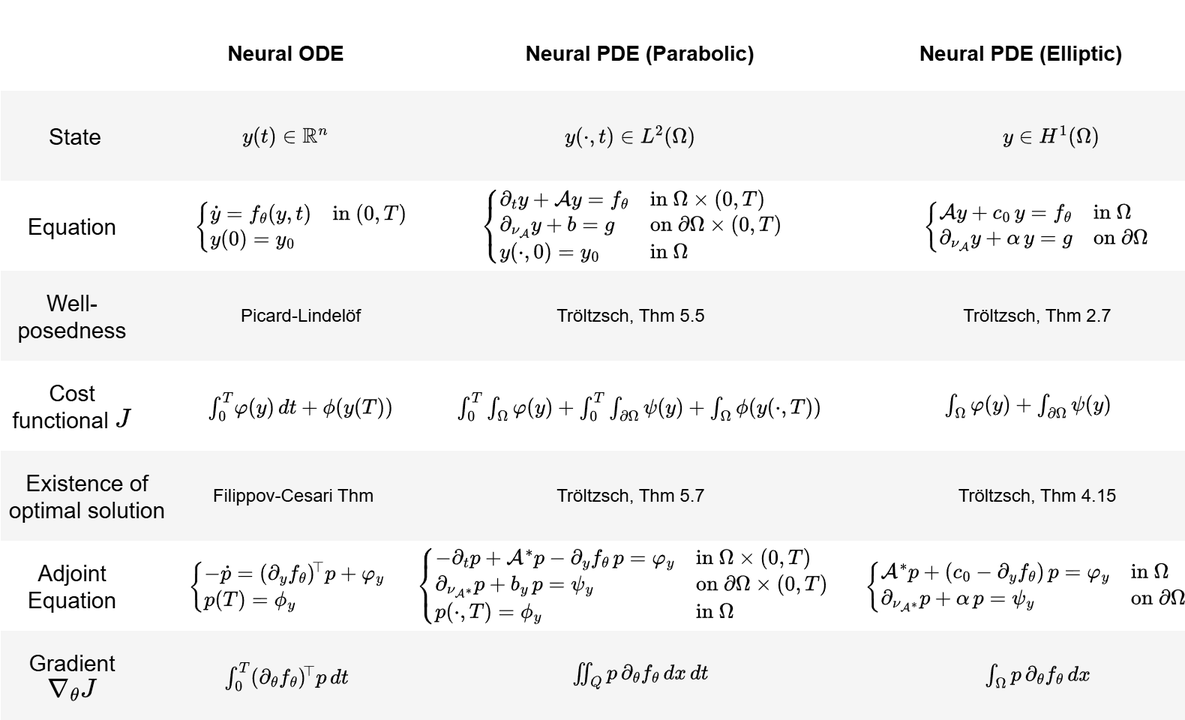
Before: content/posts/neural-pde/neural-pde.drawio.png, a diagram exported from draw.io (dani2442/dani2442.github.io). Source tidied: cells renumbered, new cells last; positions are measured from the earlier drawing's top-left corner, leaving out a move shared by most shapes. Source of this version:
```xml
<mxGraphModel math="1">
  <root>
    <mxCell id="0" />
    <mxCell id="1" parent="0" />
    <mxCell id="2" style="rounded=0;whiteSpace=wrap;html=1;strokeColor=none;" parent="1" vertex="1">
      <mxGeometry y="240" width="790" height="60" as="geometry" />
    </mxCell>
    <mxCell id="3" style="rounded=0;whiteSpace=wrap;html=1;fillColor=#f5f5f5;strokeColor=none;fontColor=#333333;" parent="1" vertex="1">
      <mxGeometry y="420" width="790" height="60" as="geometry" />
    </mxCell>
    <mxCell id="4" style="rounded=0;whiteSpace=wrap;html=1;strokeColor=none;" parent="1" vertex="1">
      <mxGeometry y="360" width="790" height="60" as="geometry" />
    </mxCell>
    <mxCell id="5" style="rounded=0;whiteSpace=wrap;html=1;fillColor=#f5f5f5;strokeColor=none;fontColor=#333333;" parent="1" vertex="1">
      <mxGeometry y="300" width="790" height="60" as="geometry" />
    </mxCell>
    <mxCell id="6" style="rounded=0;whiteSpace=wrap;html=1;strokeColor=none;" parent="1" vertex="1">
      <mxGeometry width="790" height="60" as="geometry" />
    </mxCell>
    <mxCell id="7" style="rounded=0;whiteSpace=wrap;html=1;fillColor=#f5f5f5;strokeColor=none;fontColor=#333333;" parent="1" vertex="1">
      <mxGeometry y="180" width="790" height="60" as="geometry" />
    </mxCell>
    <mxCell id="8" style="rounded=0;whiteSpace=wrap;html=1;strokeColor=none;" parent="1" vertex="1">
      <mxGeometry y="120" width="790" height="60" as="geometry" />
    </mxCell>
    <mxCell id="9" style="rounded=0;whiteSpace=wrap;html=1;fillColor=#f5f5f5;strokeColor=none;fontColor=#333333;" parent="1" vertex="1">
      <mxGeometry y="60" width="790" height="60" as="geometry" />
    </mxCell>
    <mxCell id="10" value="&lt;div&gt;\(y(t)\in \mathbb{R}^n\)&lt;/div&gt;" style="text;html=1;align=center;verticalAlign=middle;whiteSpace=wrap;rounded=1;strokeColor=none;" parent="1" vertex="1">
      <mxGeometry x="105" y="60" width="170" height="60" as="geometry" />
    </mxCell>
    <mxCell id="11" value="&lt;div&gt;\(y(\cdot,t)\in L^2(\Omega)\)&lt;/div&gt;" style="text;html=1;align=center;verticalAlign=middle;whiteSpace=wrap;rounded=1;strokeColor=none;" parent="1" vertex="1">
      <mxGeometry x="335" y="60" width="170" height="60" as="geometry" />
    </mxCell>
    <mxCell id="12" value="&lt;div&gt;\(y\in H^1(\Omega)\)&lt;/div&gt;" style="text;html=1;align=center;verticalAlign=middle;whiteSpace=wrap;rounded=1;strokeColor=none;" parent="1" vertex="1">
      <mxGeometry x="615" y="60" width="170" height="60" as="geometry" />
    </mxCell>
    <mxCell id="13" value="&lt;b&gt;&lt;font&gt;Neural ODE&lt;/font&gt;&lt;/b&gt;" style="text;html=1;align=center;verticalAlign=middle;whiteSpace=wrap;rounded=0;fontSize=14;" parent="1" vertex="1">
      <mxGeometry x="55" y="20" width="270" height="30" as="geometry" />
    </mxCell>
    <mxCell id="14" value="&lt;b&gt;&lt;font&gt;Neural PDE (Parabolic)&lt;/font&gt;&lt;/b&gt;" style="text;html=1;align=center;verticalAlign=middle;whiteSpace=wrap;rounded=0;fontSize=14;" parent="1" vertex="1">
      <mxGeometry x="291.2" y="20" width="270" height="30" as="geometry" />
    </mxCell>
    <mxCell id="15" value="&lt;b&gt;&lt;font&gt;Neural PDE (Elliptic)&lt;/font&gt;&lt;/b&gt;" style="text;html=1;align=center;verticalAlign=middle;whiteSpace=wrap;rounded=0;fontSize=14;" parent="1" vertex="1">
      <mxGeometry x="575" y="20" width="210" height="30" as="geometry" />
    </mxCell>
    <mxCell id="16" value="\(&amp;nbsp;\begin{cases}\dot y = f_\theta(y,t)&amp;amp; \text{in }(0,T)\\ y(0)=y_0\end{cases}\)" style="text;html=1;align=center;verticalAlign=middle;whiteSpace=wrap;rounded=0;" parent="1" vertex="1">
      <mxGeometry x="115" y="120" width="170" height="60" as="geometry" />
    </mxCell>
    <mxCell id="17" value="\(&amp;nbsp;\begin{cases}\partial_t y +\mathcal A y = f_\theta &amp;amp; \text{in } \Omega\times (0,T)\\ \partial_{\nu_{\mathcal A}}y + b = g &amp;amp; \text{on } \partial \Omega \times (0,T)\\ y(\cdot,0)=y_0 &amp;amp; \text{in } \Omega\end{cases} \)" style="text;html=1;align=center;verticalAlign=middle;whiteSpace=wrap;rounded=0;" parent="1" vertex="1">
      <mxGeometry x="315" y="120" width="210" height="60" as="geometry" />
    </mxCell>
    <mxCell id="18" value="\(&amp;nbsp;\begin{cases}\mathcal A y + c_0\,y = f_\theta &amp;amp; \text{in } \Omega\\ \partial_{\nu_{\mathcal A}}y + \alpha\,y = g &amp;amp; \text{on } \partial\Omega\end{cases}\)" style="text;html=1;align=center;verticalAlign=middle;whiteSpace=wrap;rounded=0;" parent="1" vertex="1">
      <mxGeometry x="590" y="120" width="200" height="60" as="geometry" />
    </mxCell>
    <mxCell id="19" value="State" style="text;html=1;align=center;verticalAlign=middle;whiteSpace=wrap;rounded=0;fontSize=15;" parent="1" vertex="1">
      <mxGeometry x="2.5" y="60" width="92.5" height="60" as="geometry" />
    </mxCell>
    <mxCell id="20" value="Equation" style="text;html=1;align=center;verticalAlign=middle;whiteSpace=wrap;rounded=0;fontSize=15;" parent="1" vertex="1">
      <mxGeometry y="120" width="95" height="60" as="geometry" />
    </mxCell>
    <mxCell id="21" value="Cost functional \(J\)" style="text;html=1;align=center;verticalAlign=middle;whiteSpace=wrap;rounded=0;fontSize=15;" parent="1" vertex="1">
      <mxGeometry y="240" width="95" height="60" as="geometry" />
    </mxCell>
    <mxCell id="22" value="Adjoint Equation" style="text;html=1;align=center;verticalAlign=middle;whiteSpace=wrap;rounded=0;fontSize=15;" parent="1" vertex="1">
      <mxGeometry y="360" width="95" height="60" as="geometry" />
    </mxCell>
    <mxCell id="23" value="Gradient \(\nabla_\theta J\)" style="text;html=1;align=center;verticalAlign=middle;whiteSpace=wrap;rounded=0;fontSize=15;" parent="1" vertex="1">
      <mxGeometry y="420" width="95" height="60" as="geometry" />
    </mxCell>
    <mxCell id="24" value="\(&amp;nbsp;\int_0^T\!\varphi(y)\,dt + \phi(y(T))\)" style="text;html=1;align=center;verticalAlign=middle;whiteSpace=wrap;rounded=0;" parent="1" vertex="1">
      <mxGeometry x="125" y="240" width="150" height="60" as="geometry" />
    </mxCell>
    <mxCell id="25" value="\(&amp;nbsp;\int_0^T \int_{\Omega}\varphi(y)+\int_0^T \int_{\partial\Omega}\psi(y)+\int_\Omega\phi(y(\cdot,T)) \)" style="text;html=1;align=center;verticalAlign=middle;whiteSpace=wrap;rounded=0;" parent="1" vertex="1">
      <mxGeometry x="311.2" y="240" width="230" height="60" as="geometry" />
    </mxCell>
    <mxCell id="26" value="\( \int_\Omega\varphi(y)+\int_{\partial\Omega}\psi(y) \)" style="text;html=1;align=center;verticalAlign=middle;whiteSpace=wrap;rounded=0;" parent="1" vertex="1">
      <mxGeometry x="585" y="240" width="200" height="60" as="geometry" />
    </mxCell>
    <mxCell id="27" value="\(&amp;nbsp;\begin{cases}-\dot p = (\partial_y f_\theta)^{\!\top}p+\varphi_y\\ p(T)=\phi_y\end{cases} \)" style="text;html=1;align=center;verticalAlign=middle;whiteSpace=wrap;rounded=0;" parent="1" vertex="1">
      <mxGeometry x="120" y="360" width="140" height="60" as="geometry" />
    </mxCell>
    <mxCell id="28" value="\(\begin{cases}-\partial_t p+\mathcal A^{*}p-\partial_y f_\theta\,p=\varphi_y &amp;amp; \text{in } \Omega\times (0,T)\\ \partial_{\nu_{\mathcal A^{*}}}p+b_y\,p=\psi_y &amp;amp; \text{on } \partial \Omega \times (0,T)\\ p(\cdot,T)=\phi_y &amp;amp; \text{in } \Omega\end{cases} \)" style="text;html=1;align=center;verticalAlign=middle;whiteSpace=wrap;rounded=0;" parent="1" vertex="1">
      <mxGeometry x="285" y="360" width="257.5" height="60" as="geometry" />
    </mxCell>
    <mxCell id="29" value="\(&amp;nbsp;\begin{cases}\mathcal A^{*}p+(c_0-\partial_y f_\theta)\,p=\varphi_y &amp;amp; \text{in } \Omega\\ \partial_{\nu_{\mathcal A^{*}}}p+\alpha\,p=\psi_y &amp;amp; \text{on } \partial\Omega\end{cases} \)" style="text;html=1;align=center;verticalAlign=middle;whiteSpace=wrap;rounded=0;" parent="1" vertex="1">
      <mxGeometry x="575" y="360" width="215" height="60" as="geometry" />
    </mxCell>
    <mxCell id="30" value="\(\int_0^T(\partial_\theta f_\theta)^{\!\top}p\,dt \)" style="text;html=1;align=center;verticalAlign=middle;whiteSpace=wrap;rounded=0;" parent="1" vertex="1">
      <mxGeometry x="145" y="420" width="90" height="60" as="geometry" />
    </mxCell>
    <mxCell id="31" value="\(&amp;nbsp;\iint_Q p\,\partial_\theta f_\theta\,dx\,dt \)" style="text;html=1;align=center;verticalAlign=middle;whiteSpace=wrap;rounded=0;" parent="1" vertex="1">
      <mxGeometry x="396.2" y="420" width="60" height="60" as="geometry" />
    </mxCell>
    <mxCell id="32" value="\(&amp;nbsp;\int_\Omega p\,\partial_\theta f_\theta\,dx \)" style="text;html=1;align=center;verticalAlign=middle;whiteSpace=wrap;rounded=0;" parent="1" vertex="1">
      <mxGeometry x="661.2" y="420" width="60" height="60" as="geometry" />
    </mxCell>
    <mxCell id="33" value="Well-posedness" style="text;html=1;align=center;verticalAlign=middle;whiteSpace=wrap;rounded=0;fontSize=15;" parent="1" vertex="1">
      <mxGeometry y="180" width="95" height="60" as="geometry" />
    </mxCell>
    <mxCell id="34" value="Existence of optimal solution" style="text;html=1;align=center;verticalAlign=middle;whiteSpace=wrap;rounded=0;fontSize=15;" parent="1" vertex="1">
      <mxGeometry y="300" width="115" height="60" as="geometry" />
    </mxCell>
    <mxCell id="35" value="Picard-Lindelöf" style="text;html=1;align=center;verticalAlign=middle;whiteSpace=wrap;rounded=0;" parent="1" vertex="1">
      <mxGeometry x="155" y="180" width="90" height="60" as="geometry" />
    </mxCell>
    <mxCell id="36" value="Tröltzsch, Thm 5.5" style="text;html=1;align=center;verticalAlign=middle;whiteSpace=wrap;rounded=0;" parent="1" vertex="1">
      <mxGeometry x="365" y="180" width="110" height="60" as="geometry" />
    </mxCell>
    <mxCell id="37" value="Filippov-Cesari Thm" style="text;html=1;align=center;verticalAlign=middle;whiteSpace=wrap;rounded=0;" parent="1" vertex="1">
      <mxGeometry x="125" y="300" width="140" height="60" as="geometry" />
    </mxCell>
    <mxCell id="38" value="Tröltzsch, Thm 5.7" style="text;html=1;align=center;verticalAlign=middle;whiteSpace=wrap;rounded=0;" parent="1" vertex="1">
      <mxGeometry x="365" y="300" width="110" height="60" as="geometry" />
    </mxCell>
    <mxCell id="39" value="Tröltzsch, Thm 4.15" style="text;html=1;align=center;verticalAlign=middle;whiteSpace=wrap;rounded=0;" parent="1" vertex="1">
      <mxGeometry x="631.2" y="300" width="120" height="60" as="geometry" />
    </mxCell>
    <mxCell id="40" value="Tröltzsch, Thm 2.7" style="text;html=1;align=center;verticalAlign=middle;whiteSpace=wrap;rounded=0;" parent="1" vertex="1">
      <mxGeometry x="626.2" y="180" width="130" height="60" as="geometry" />
    </mxCell>
  </root>
</mxGraphModel>
```
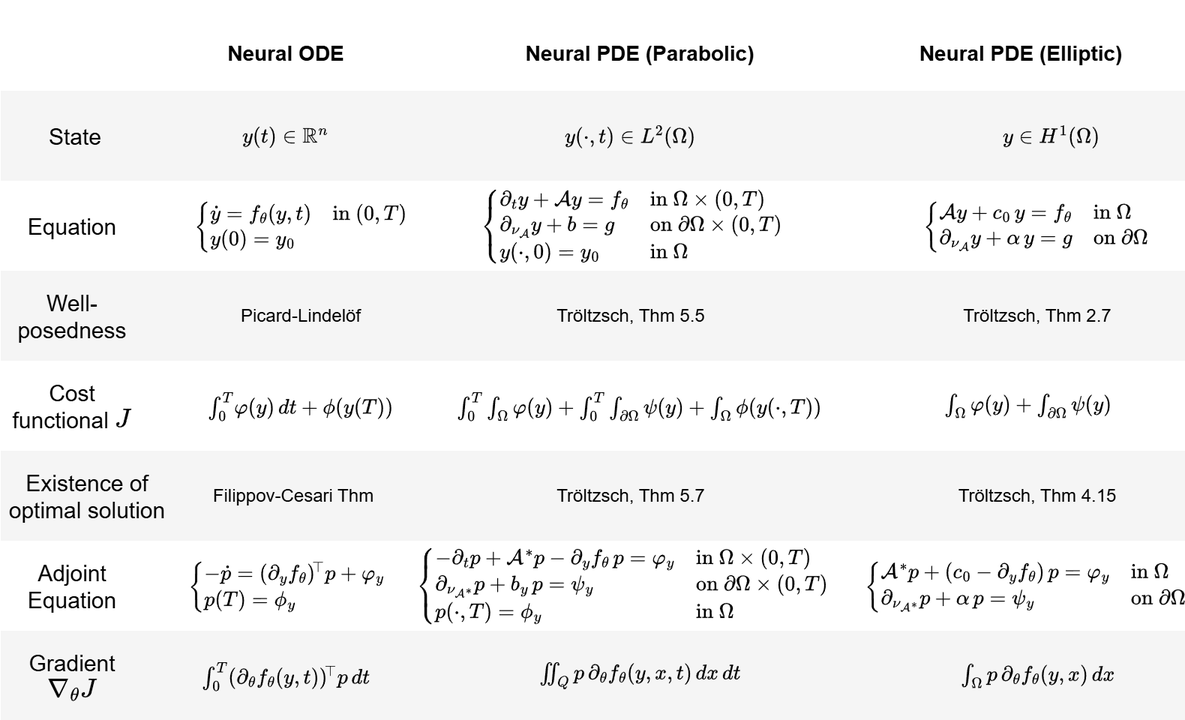
The same file after the commit.

What changed in the source:
```diff
@@ -86,13 +86,13 @@
     <mxCell id="29" value="\(&amp;nbsp;\begin{cases}\mathcal A^{*}p+(c_0-\partial_y f_\theta)\,p=\varphi_y &amp;amp; \text{in } \Omega\\ \partial_{\nu_{\mathcal A^{*}}}p+\alpha\,p=\psi_y &amp;amp; \text{on } \partial\Omega\end{cases} \)" style="text;html=1;align=center;verticalAlign=middle;whiteSpace=wrap;rounded=0;" parent="1" vertex="1">
       <mxGeometry x="575" y="360" width="215" height="60" as="geometry" />
     </mxCell>
-    <mxCell id="30" value="\(\int_0^T(\partial_\theta f_\theta)^{\!\top}p\,dt \)" style="text;html=1;align=center;verticalAlign=middle;whiteSpace=wrap;rounded=0;" parent="1" vertex="1">
+    <mxCell id="30" value="\(\int_0^T(\partial_\theta f_\theta(y,t))^{\!\top}p\,dt \)" style="text;html=1;align=center;verticalAlign=middle;whiteSpace=wrap;rounded=0;" parent="1" vertex="1">
       <mxGeometry x="145" y="420" width="90" height="60" as="geometry" />
     </mxCell>
-    <mxCell id="31" value="\(&amp;nbsp;\iint_Q p\,\partial_\theta f_\theta\,dx\,dt \)" style="text;html=1;align=center;verticalAlign=middle;whiteSpace=wrap;rounded=0;" parent="1" vertex="1">
+    <mxCell id="31" value="\(&amp;nbsp;\iint_Q p\,\partial_\theta f_\theta(y,x,t)\,dx\,dt \)" style="text;html=1;align=center;verticalAlign=middle;whiteSpace=wrap;rounded=0;" parent="1" vertex="1">
       <mxGeometry x="396.2" y="420" width="60" height="60" as="geometry" />
     </mxCell>
-    <mxCell id="32" value="\(&amp;nbsp;\int_\Omega p\,\partial_\theta f_\theta\,dx \)" style="text;html=1;align=center;verticalAlign=middle;whiteSpace=wrap;rounded=0;" parent="1" vertex="1">
+    <mxCell id="32" value="\(&amp;nbsp;\int_\Omega p\,\partial_\theta f_\theta(y,x)\,dx \)" style="text;html=1;align=center;verticalAlign=middle;whiteSpace=wrap;rounded=0;" parent="1" vertex="1">
       <mxGeometry x="661.2" y="420" width="60" height="60" as="geometry" />
     </mxCell>
     <mxCell id="33" value="Well-posedness" style="text;html=1;align=center;verticalAlign=middle;whiteSpace=wrap;rounded=0;fontSize=15;" parent="1" vertex="1">
```
